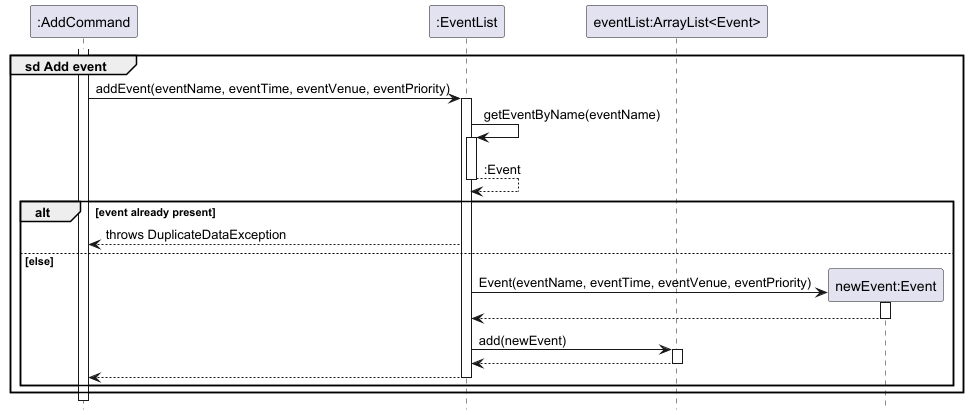
Earlier version of the PlantUML export docs/images/AddEventSequenceDiagram.png (nus-cs2113-AY2425S1/tp).
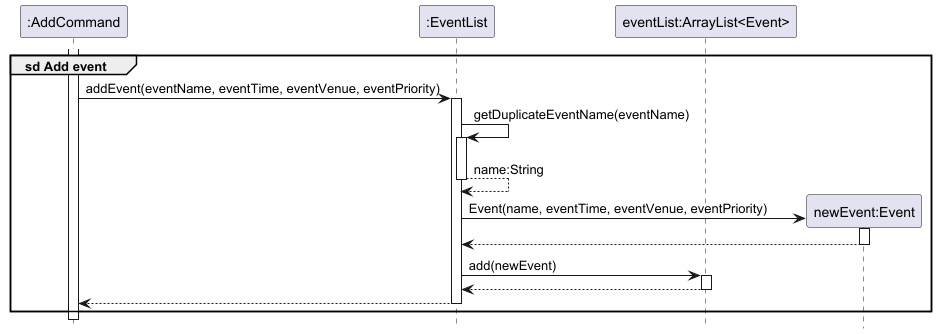
Later version of the same file.

Commit message:
Update DG with new duplicate name functionality

The edit, as a diff of the source:
```diff
@@ -12,28 +12,24 @@
     command -> eventList : addEvent(eventName, eventTime, eventVenue, eventPriority)
     activate eventList
 
-    eventList -> eventList : getEventByName(eventName)
+    eventList -> eventList : getDuplicateEventName(eventName)
     activate eventList
 
-    return :Event
+    return name:String
 
-    alt event already present
-        eventList --> command : throws DuplicateDataException
-    else else
 
-        create event
-        eventList -> event : Event(eventName, eventTime, eventVenue, eventPriority)
-        activate event
+    create event
+    eventList -> event : Event(name, eventTime, eventVenue, eventPriority)
+    activate event
 
-        return
+    return
 
-        eventList -> list : add(newEvent)
-        activate list
+    eventList -> list : add(newEvent)
+    activate list
 
-        return
+    return
 
-        return
-    end
+    return
 
 end
 
```
